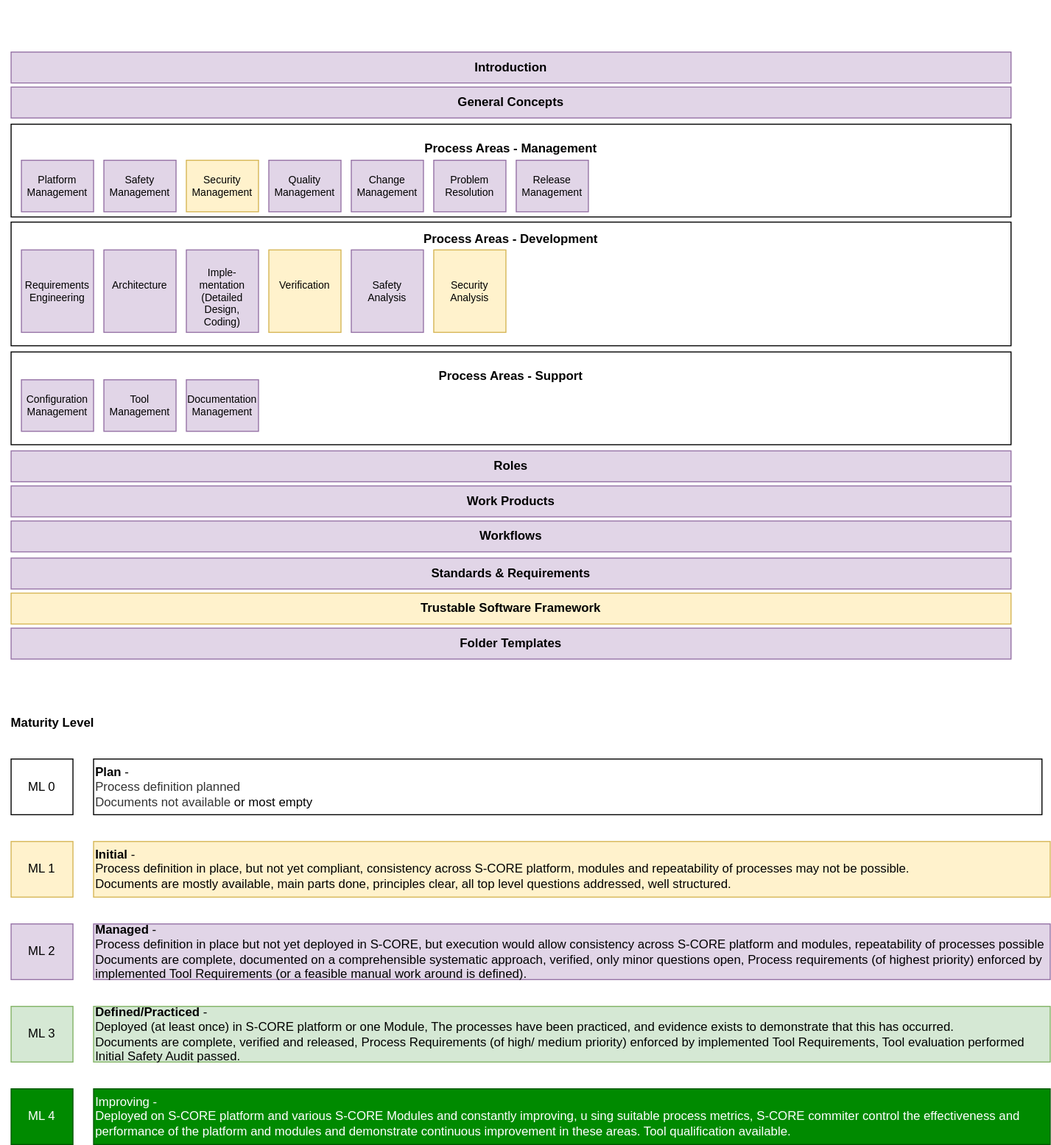
Above: main/_images/score_process_area_overview.drawio.svg in esrlabs/score_reference_integration (draw.io), before the change. Source tidied: cells renumbered, new cells last; positions are measured from the earlier drawing's top-left corner, leaving out a move shared by most shapes.
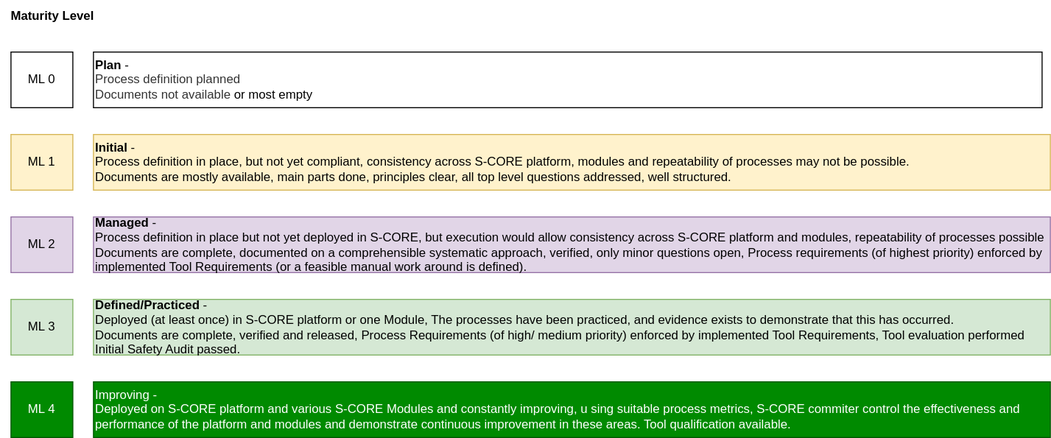
Later version of the same file.

Change to the diagram source:
```diff
@@ -2,45 +2,6 @@
   <root>
     <mxCell id="0" />
     <mxCell id="1" parent="0" />
-    <mxCell id="2" value="&lt;b&gt;&lt;br&gt;&lt;br&gt;&lt;br&gt;&lt;br&gt;&lt;br&gt;&lt;br&gt;&lt;br&gt;Process Areas - Support&lt;br&gt;&lt;br&gt;&lt;br&gt;&lt;br&gt;&lt;br&gt;&lt;br&gt;&lt;br&gt;&lt;br&gt;&lt;br&gt;&lt;br&gt;&lt;br&gt;&amp;nbsp;&lt;/b&gt;" style="rounded=0;whiteSpace=wrap;html=1;" parent="1" vertex="1">
-      <mxGeometry x="10" y="291" width="970" height="90" as="geometry" />
-    </mxCell>
-    <mxCell id="3" value="&lt;b&gt;&lt;br&gt;&lt;br&gt;&lt;br&gt;&lt;br&gt;Process Areas - Development&lt;br&gt;&lt;br&gt;&lt;br&gt;&lt;br&gt;&lt;br&gt;&lt;br&gt;&lt;br&gt;&lt;br&gt;&lt;br&gt;&lt;br&gt;&lt;br&gt;&amp;nbsp;&lt;/b&gt;" style="rounded=0;whiteSpace=wrap;html=1;" parent="1" vertex="1">
-      <mxGeometry x="10" y="165" width="970" height="120" as="geometry" />
-    </mxCell>
-    <mxCell id="4" value="&lt;b&gt;&lt;br&gt;&lt;br&gt;&lt;br&gt;&lt;br&gt;&lt;br&gt;&lt;br&gt;&lt;br&gt;&lt;br&gt;&lt;br&gt;Process Areas - Management&lt;br&gt;&lt;br&gt;&lt;br&gt;&lt;br&gt;&lt;br&gt;&lt;br&gt;&lt;br&gt;&lt;br&gt;&lt;br&gt;&lt;br&gt;&lt;br&gt;&lt;br&gt;&lt;br&gt;&amp;nbsp;&lt;/b&gt;" style="rounded=0;whiteSpace=wrap;html=1;" parent="1" vertex="1">
-      <mxGeometry x="10" y="70" width="970" height="90" as="geometry" />
-    </mxCell>
-    <mxCell id="5" value="Requirements&lt;br style=&quot;font-size: 10px;&quot;&gt;Engineering" style="rounded=0;whiteSpace=wrap;html=1;fillColor=#e1d5e7;strokeColor=#9673a6;fontSize=10;verticalAlign=middle;" parent="1" vertex="1">
-      <mxGeometry x="20" y="192" width="70" height="80" as="geometry" />
-    </mxCell>
-    <mxCell id="6" value="Safety&lt;br style=&quot;font-size: 10px;&quot;&gt;Management" style="rounded=0;whiteSpace=wrap;html=1;fillColor=#e1d5e7;strokeColor=#9673a6;fontSize=10;verticalAlign=middle;" parent="1" vertex="1">
-      <mxGeometry x="100" y="105" width="70" height="50" as="geometry" />
-    </mxCell>
-    <mxCell id="7" value="Change Management&lt;br&gt;" style="rounded=0;whiteSpace=wrap;html=1;fillColor=#e1d5e7;strokeColor=#9673a6;fontSize=10;verticalAlign=middle;" parent="1" vertex="1">
-      <mxGeometry x="340" y="105" width="70" height="50" as="geometry" />
-    </mxCell>
-    <mxCell id="8" value="Documentation&lt;br style=&quot;font-size: 10px;&quot;&gt;Management" style="rounded=0;whiteSpace=wrap;html=1;fillColor=#e1d5e7;strokeColor=#9673a6;fontSize=10;" parent="1" vertex="1">
-      <mxGeometry x="180" y="318" width="70" height="50" as="geometry" />
-    </mxCell>
-    <mxCell id="9" value="&lt;span style=&quot;&quot;&gt;General Concepts&lt;/span&gt;" style="rounded=0;whiteSpace=wrap;html=1;fontStyle=1;fillColor=#e1d5e7;strokeColor=#9673a6;" parent="1" vertex="1">
-      <mxGeometry x="10" y="34" width="970" height="30" as="geometry" />
-    </mxCell>
-    <mxCell id="10" value="&lt;span style=&quot;&quot;&gt;Standards &amp;amp; Requirements&lt;/span&gt;" style="rounded=0;whiteSpace=wrap;html=1;fontStyle=1;fillColor=#e1d5e7;strokeColor=#9673a6;" parent="1" vertex="1">
-      <mxGeometry x="10" y="491" width="970" height="30" as="geometry" />
-    </mxCell>
-    <mxCell id="11" value="&lt;span style=&quot;&quot;&gt;Roles&lt;/span&gt;" style="rounded=0;whiteSpace=wrap;html=1;fontStyle=1;fillColor=#e1d5e7;strokeColor=#9673a6;" parent="1" vertex="1">
-      <mxGeometry x="10" y="387" width="970" height="30" as="geometry" />
-    </mxCell>
-    <mxCell id="12" value="&lt;br style=&quot;font-size: 10px;&quot;&gt;&lt;br style=&quot;font-size: 10px;&quot;&gt;Architecture&lt;br style=&quot;font-size: 10px;&quot;&gt;&lt;br style=&quot;font-size: 10px;&quot;&gt;&lt;br style=&quot;font-size: 10px;&quot;&gt;&lt;br style=&quot;font-size: 10px;&quot;&gt;" style="rounded=0;whiteSpace=wrap;html=1;fillColor=#e1d5e7;strokeColor=#9673a6;verticalAlign=middle;fontSize=10;" parent="1" vertex="1">
-      <mxGeometry x="100" y="192" width="70" height="80" as="geometry" />
-    </mxCell>
-    <mxCell id="13" value="&lt;font style=&quot;font-size: 10px;&quot;&gt;&lt;font style=&quot;font-size: 10px;&quot;&gt;&lt;br style=&quot;font-size: 10px;&quot;&gt;Imple-mentation&lt;/font&gt;&lt;br style=&quot;font-size: 10px;&quot;&gt;&lt;span style=&quot;font-size: 10px;&quot;&gt;(Detailed Design, &lt;/span&gt;&lt;br style=&quot;font-size: 10px;&quot;&gt;&lt;span style=&quot;font-size: 10px;&quot;&gt;Coding)&lt;/span&gt;&lt;/font&gt;" style="rounded=0;whiteSpace=wrap;html=1;fillColor=#e1d5e7;strokeColor=#9673a6;fontSize=10;" parent="1" vertex="1">
-      <mxGeometry x="180" y="192" width="70" height="80" as="geometry" />
-    </mxCell>
-    <mxCell id="14" value="Problem Resolution" style="rounded=0;whiteSpace=wrap;html=1;fontSize=10;fillColor=#e1d5e7;strokeColor=#9673a6;" parent="1" vertex="1">
-      <mxGeometry x="420" y="105" width="70" height="50" as="geometry" />
-    </mxCell>
     <mxCell id="15" value="ML 4" style="rounded=0;whiteSpace=wrap;html=1;fillColor=#008a00;strokeColor=#005700;fontColor=#ffffff;" parent="1" vertex="1">
       <mxGeometry x="10" y="1006" width="60" height="54" as="geometry" />
     </mxCell>
@@ -50,36 +11,12 @@
     <mxCell id="17" value="ML 1" style="rounded=0;whiteSpace=wrap;html=1;fillColor=#fff2cc;strokeColor=#d6b656;" parent="1" vertex="1">
       <mxGeometry x="10" y="766" width="60" height="54" as="geometry" />
     </mxCell>
-    <mxCell id="18" value="Verification&lt;br style=&quot;font-size: 10px;&quot;&gt;&lt;br style=&quot;font-size: 10px;&quot;&gt;" style="rounded=0;whiteSpace=wrap;html=1;fillColor=#fff2cc;strokeColor=#d6b656;fontSize=10;" parent="1" vertex="1">
-      <mxGeometry x="260" y="192" width="70" height="80" as="geometry" />
-    </mxCell>
-    <mxCell id="19" value="Configuration&lt;br style=&quot;font-size: 10px;&quot;&gt;Management" style="rounded=0;whiteSpace=wrap;html=1;fontSize=10;fillColor=#e1d5e7;strokeColor=#9673a6;verticalAlign=middle;" parent="1" vertex="1">
-      <mxGeometry x="20" y="318" width="70" height="50" as="geometry" />
-    </mxCell>
-    <mxCell id="20" value="Tool&lt;br style=&quot;font-size: 10px;&quot;&gt;Management" style="rounded=0;whiteSpace=wrap;html=1;fontSize=10;fillColor=#e1d5e7;strokeColor=#9673a6;" parent="1" vertex="1">
-      <mxGeometry x="100" y="318" width="70" height="50" as="geometry" />
-    </mxCell>
-    <mxCell id="21" value="Quality&lt;br style=&quot;font-size: 10px;&quot;&gt;Management" style="rounded=0;whiteSpace=wrap;html=1;fontSize=10;fillColor=#e1d5e7;strokeColor=#9673a6;verticalAlign=middle;" parent="1" vertex="1">
-      <mxGeometry x="260" y="105" width="70" height="50" as="geometry" />
-    </mxCell>
-    <mxCell id="22" value="Platform&lt;br style=&quot;font-size: 10px;&quot;&gt;Management" style="rounded=0;whiteSpace=wrap;html=1;fontSize=10;fillColor=#e1d5e7;strokeColor=#9673a6;verticalAlign=middle;" parent="1" vertex="1">
-      <mxGeometry x="20" y="105" width="70" height="50" as="geometry" />
-    </mxCell>
     <mxCell id="23" value="&lt;b&gt;Maturity Level&lt;/b&gt;" style="text;html=1;align=center;verticalAlign=middle;strokeColor=none;fillColor=none;" parent="1" vertex="1">
       <mxGeometry y="636" width="100" height="30" as="geometry" />
     </mxCell>
     <mxCell id="24" value="ML 0" style="rounded=0;whiteSpace=wrap;html=1;" parent="1" vertex="1">
       <mxGeometry x="10" y="686" width="60" height="54" as="geometry" />
     </mxCell>
-    <mxCell id="25" value="&lt;br style=&quot;font-size: 10px;&quot;&gt;Safety&lt;br style=&quot;font-size: 10px;&quot;&gt;Analysis&lt;br style=&quot;font-size: 10px;&quot;&gt;&lt;br style=&quot;font-size: 10px;&quot;&gt;" style="rounded=0;whiteSpace=wrap;html=1;fillColor=#e1d5e7;strokeColor=#9673a6;fontSize=10;" parent="1" vertex="1">
-      <mxGeometry x="340" y="192" width="70" height="80" as="geometry" />
-    </mxCell>
-    <mxCell id="26" value="&lt;span style=&quot;&quot;&gt;Work Products&lt;/span&gt;" style="rounded=0;whiteSpace=wrap;html=1;fontStyle=1;fillColor=#e1d5e7;strokeColor=#9673a6;" parent="1" vertex="1">
-      <mxGeometry x="10" y="421" width="970" height="30" as="geometry" />
-    </mxCell>
-    <mxCell id="27" value="&lt;span style=&quot;&quot;&gt;Workflows&lt;/span&gt;" style="rounded=0;whiteSpace=wrap;html=1;fontStyle=1;fillColor=#e1d5e7;strokeColor=#9673a6;" parent="1" vertex="1">
-      <mxGeometry x="10" y="455" width="970" height="30" as="geometry" />
-    </mxCell>
     <mxCell id="28" value="ML 3" style="rounded=0;whiteSpace=wrap;html=1;fillColor=#d5e8d4;strokeColor=#82b366;" parent="1" vertex="1">
       <mxGeometry x="10" y="926" width="60" height="54" as="geometry" />
     </mxCell>
@@ -98,23 +35,5 @@
     <mxCell id="33" value="Improving -&amp;nbsp;&lt;br&gt;&lt;span style=&quot;background-color: initial;&quot;&gt;Deployed on S-CORE platform and various S-CORE Modules and&amp;nbsp;&lt;/span&gt;&lt;span style=&quot;background-color: initial;&quot;&gt;constantly improving, u&lt;/span&gt;&lt;span style=&quot;text-align: center;&quot;&gt;sing suitable process metrics, S-CORE commiter control the effectiveness and performance of the platform and modules and demonstrate continuous improvement in these areas. Tool qualification available.&lt;/span&gt;" style="rounded=0;whiteSpace=wrap;html=1;fillColor=#008a00;strokeColor=#005700;fontColor=#FFFFFF;align=left;" parent="1" vertex="1">
       <mxGeometry x="90" y="1006" width="928" height="54" as="geometry" />
     </mxCell>
-    <mxCell id="34" value="Release&lt;br style=&quot;font-size: 10px;&quot;&gt;Management" style="rounded=0;whiteSpace=wrap;html=1;fontSize=10;fillColor=#e1d5e7;strokeColor=#9673a6;" parent="1" vertex="1">
-      <mxGeometry x="500" y="105" width="70" height="50" as="geometry" />
-    </mxCell>
-    <mxCell id="35" value="&lt;span style=&quot;&quot;&gt;Trustable Software Framework&lt;/span&gt;" style="rounded=0;whiteSpace=wrap;html=1;fontStyle=1;fillColor=#fff2cc;strokeColor=#d6b656;" parent="1" vertex="1">
-      <mxGeometry x="10" y="525" width="970" height="30" as="geometry" />
-    </mxCell>
-    <mxCell id="36" value="&lt;span style=&quot;&quot;&gt;Folder Templates&lt;/span&gt;" style="rounded=0;whiteSpace=wrap;html=1;fontStyle=1;fillColor=#e1d5e7;strokeColor=#9673a6;" parent="1" vertex="1">
-      <mxGeometry x="10" y="559" width="970" height="30" as="geometry" />
-    </mxCell>
-    <mxCell id="37" value="Security&lt;br style=&quot;font-size: 10px;&quot;&gt;Management" style="rounded=0;whiteSpace=wrap;html=1;fontSize=10;fillColor=#fff2cc;strokeColor=#d6b656;verticalAlign=middle;" parent="1" vertex="1">
-      <mxGeometry x="180" y="105" width="70" height="50" as="geometry" />
-    </mxCell>
-    <mxCell id="38" value="Security&lt;br style=&quot;font-size: 10px;&quot;&gt;Analysis" style="rounded=0;whiteSpace=wrap;html=1;fillColor=#fff2cc;strokeColor=#d6b656;fontSize=10;" parent="1" vertex="1">
-      <mxGeometry x="420" y="192" width="70" height="80" as="geometry" />
-    </mxCell>
-    <mxCell id="39" value="&lt;span style=&quot;&quot;&gt;Introduction&lt;/span&gt;" style="rounded=0;whiteSpace=wrap;html=1;fontStyle=1;fillColor=#e1d5e7;strokeColor=#9673a6;" parent="1" vertex="1">
-      <mxGeometry x="10" width="970" height="30" as="geometry" />
-    </mxCell>
   </root>
 </mxGraphModel>
```
